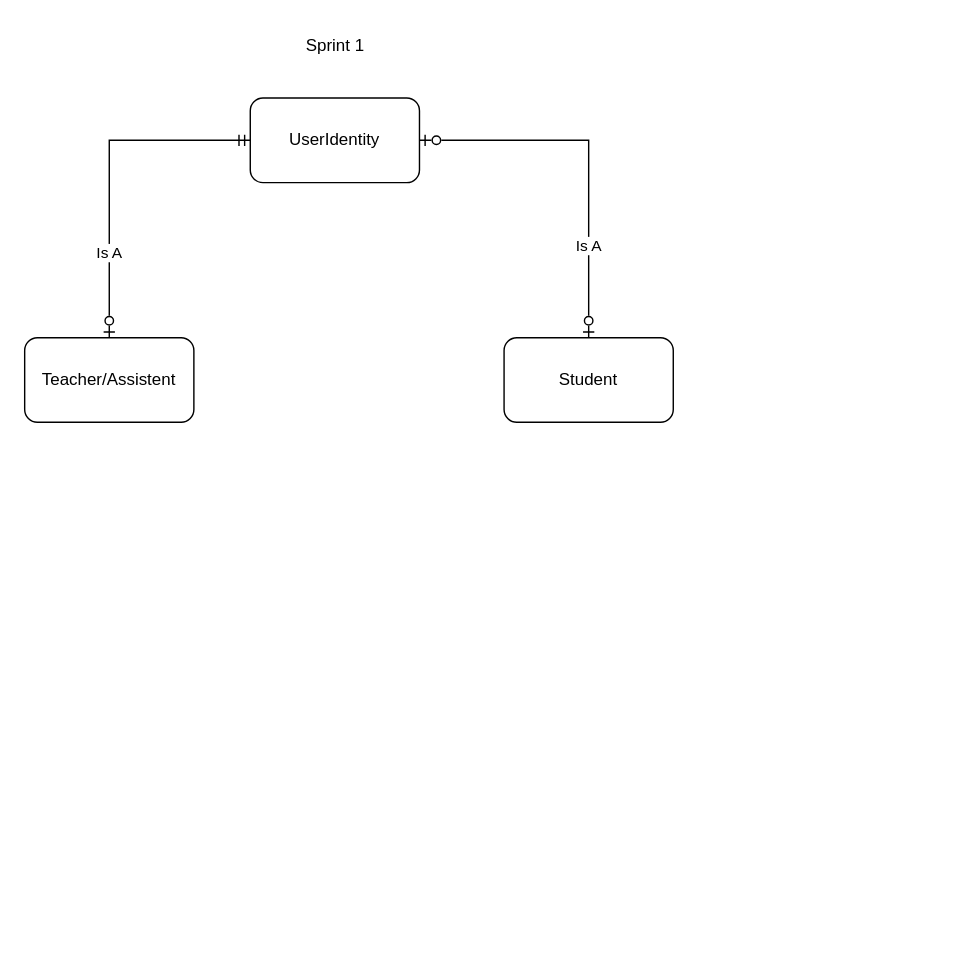
This is page "Explain Schema" (1 of 3) of assistants/Digram/DrossyAppDb.drawio from Git-Mohammed/Drosy-WebApi, a draw.io file, before an edit. Source tidied: cells renumbered, new cells numbered last; positions are measured from the earlier drawing's top-left corner, leaving out a move shared by most shapes. Both pictures are drawn from the tidied source at 141%, with x=0, y=0 at pixel (24, 24).
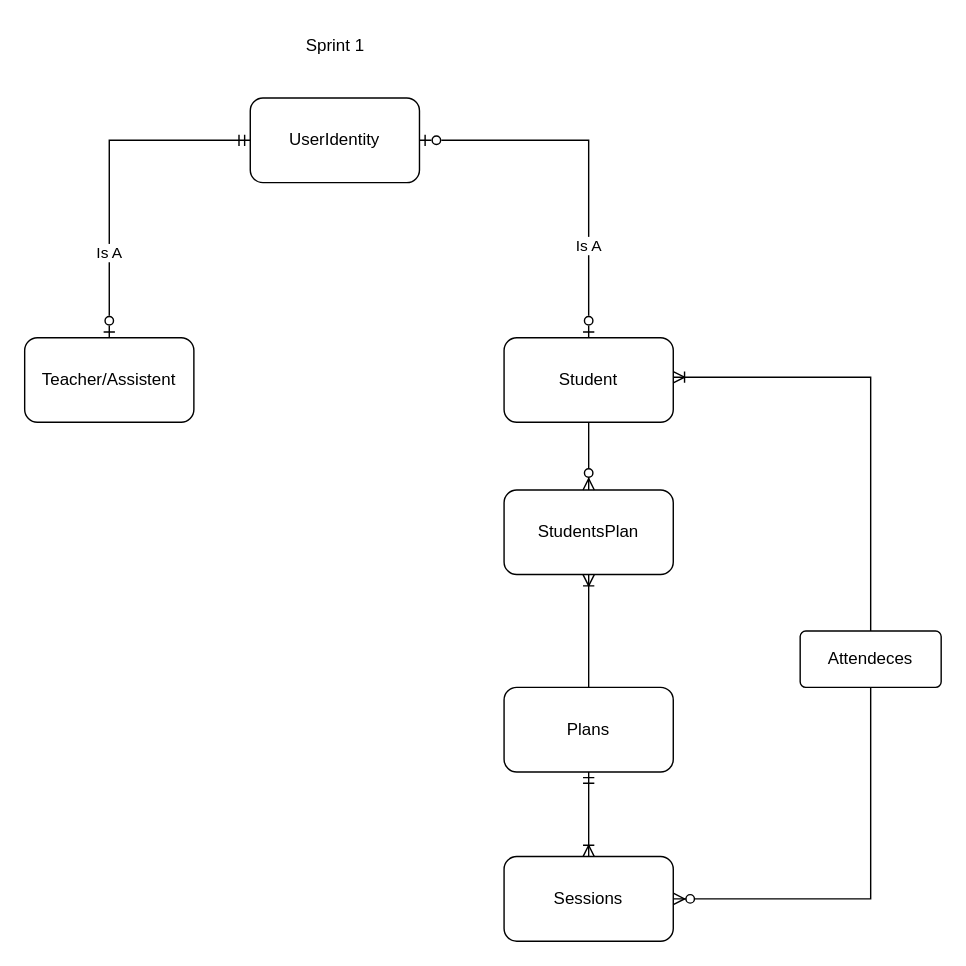
After the change.

What changed in the source:
```diff
@@
+    <mxCell id="12" value="Plans" style="whiteSpace=wrap;html=1;rounded=1;" parent="1" vertex="1">
+      <mxGeometry x="340" y="470" width="120" height="60" as="geometry" />
+    </mxCell>
+    <mxCell id="13" value="Sessions" style="whiteSpace=wrap;html=1;rounded=1;" parent="1" vertex="1">
+      <mxGeometry x="340" y="590" width="120" height="60" as="geometry" />
+    </mxCell>
+    <mxCell id="14" value="StudentsPlan" style="whiteSpace=wrap;html=1;rounded=1;" parent="1" vertex="1">
+      <mxGeometry x="340" y="330" width="120" height="60" as="geometry" />
+    </mxCell>
+    <mxCell id="15" style="fontSize=12;html=1;endArrow=ERoneToMany;startArrow=ERmandOne;rounded=0;exitX=0.5;exitY=1;exitDx=0;exitDy=0;entryX=0.5;entryY=0;entryDx=0;entryDy=0;" parent="1" edge="1" source="12" target="13">
+      <mxGeometry relative="1" as="geometry" />
+    </mxCell>
+    <mxCell id="16" style="fontSize=12;html=1;endArrow=ERzeroToMany;endFill=1;rounded=0;entryX=0.5;entryY=0;entryDx=0;entryDy=0;" parent="1" edge="1" target="14">
+      <mxGeometry relative="1" as="geometry">
+        <mxPoint x="400" y="282" as="sourcePoint" />
+      </mxGeometry>
+    </mxCell>
+    <mxCell id="17" style="fontSize=12;html=1;endArrow=ERoneToMany;rounded=0;exitX=0.5;exitY=0;exitDx=0;exitDy=0;entryX=0.5;entryY=1;entryDx=0;entryDy=0;" parent="1" edge="1" source="12" target="14">
+      <mxGeometry relative="1" as="geometry" />
+    </mxCell>
+    <mxCell id="18" value="Attendeces" style="rounded=1;arcSize=10;whiteSpace=wrap;html=1;align=center;" parent="1" vertex="1">
+      <mxGeometry x="550" y="430" width="100" height="40" as="geometry" />
+    </mxCell>
+    <mxCell id="19" style="fontSize=12;html=1;endArrow=ERoneToMany;rounded=0;exitX=0.5;exitY=0;exitDx=0;exitDy=0;" parent="1" edge="1" source="18">
+      <mxGeometry relative="1" as="geometry">
+        <mxPoint x="460" y="250" as="targetPoint" />
+        <Array as="points">
+          <mxPoint x="600" y="250" />
+        </Array>
+      </mxGeometry>
+    </mxCell>
+    <mxCell id="20" style="fontSize=12;html=1;endArrow=ERzeroToMany;endFill=1;rounded=0;entryX=1;entryY=0.5;entryDx=0;entryDy=0;exitX=0.5;exitY=1;exitDx=0;exitDy=0;" parent="1" edge="1" source="18" target="13">
+      <mxGeometry relative="1" as="geometry">
+        <Array as="points">
+          <mxPoint x="600" y="620" />
+        </Array>
+      </mxGeometry>
+    </mxCell>
```
